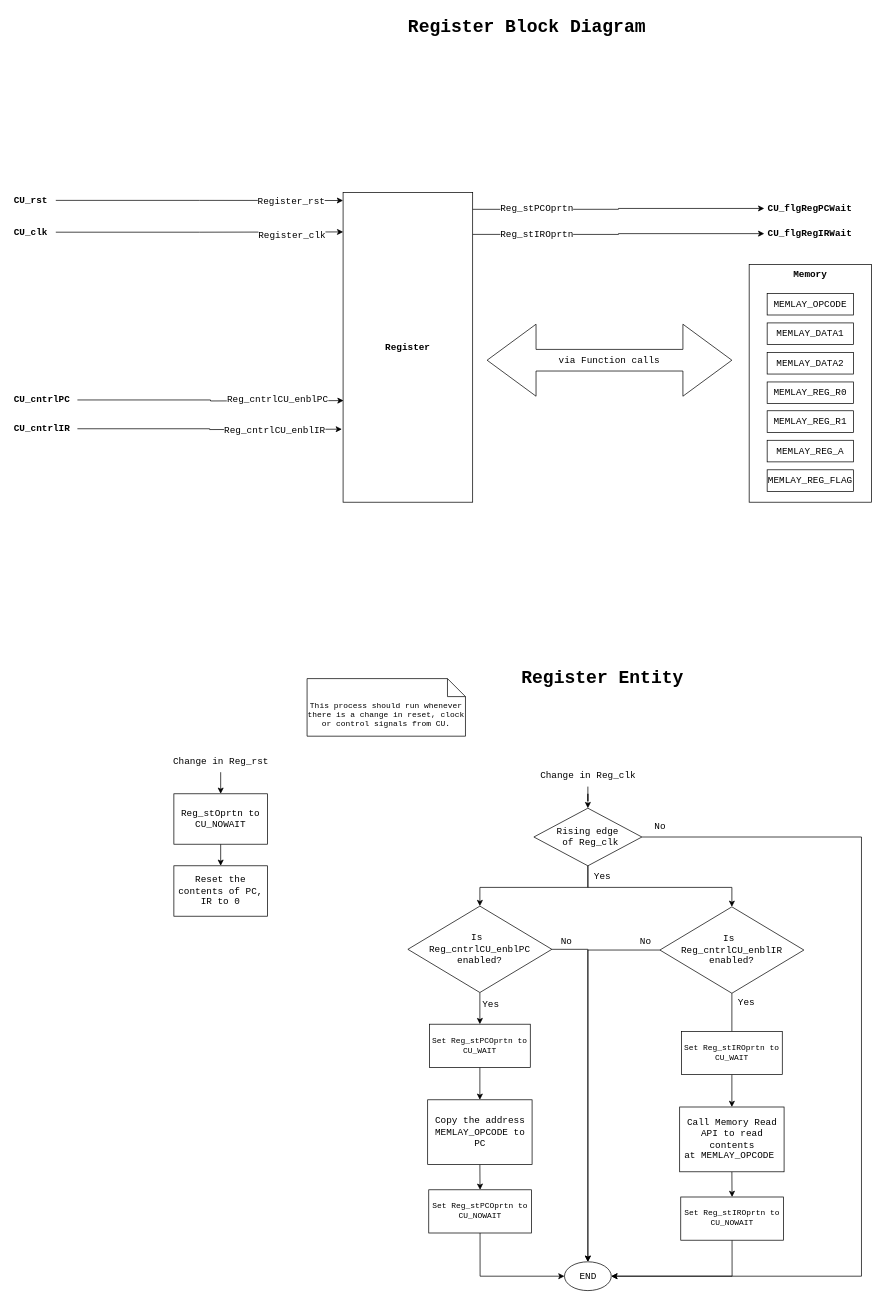
Vichu95/Basic_CPU_FPGA keeps this draw.io diagram as page "Register_BD" (7 of 8) of 04_ControlUnit_v1/CPU_Design.drawio. Above is the earlier version. Source tidied: cells renumbered, new cells numbered last; positions are measured from the earlier drawing's top-left corner, leaving out a move shared by most shapes. Both pictures are drawn from the tidied source at 72%, with x=0, y=0 at pixel (12, 12).
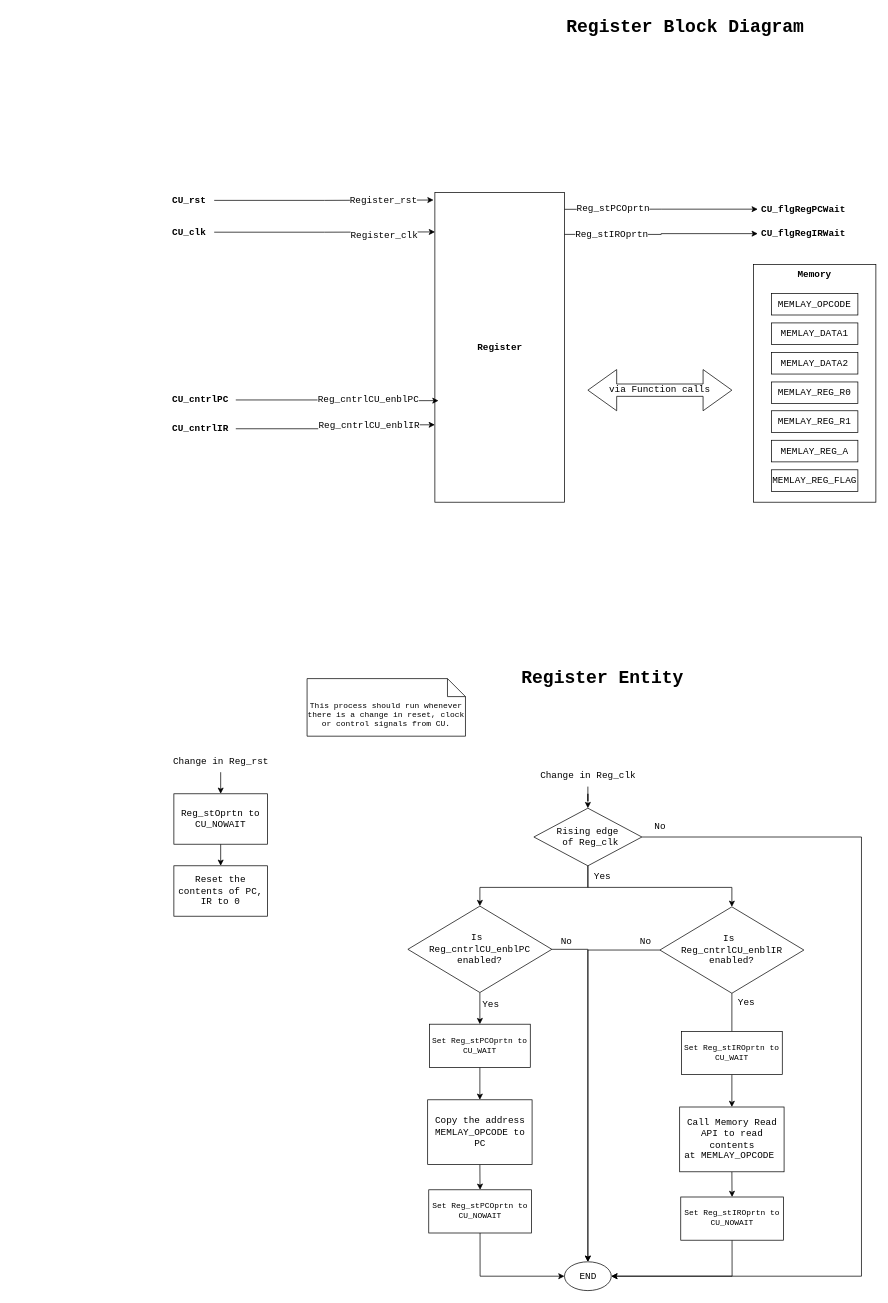
The same diagram, later.

The change refers to these unchanged cells:
```xml
<mxCell id="7" style="edgeStyle=orthogonalEdgeStyle;rounded=0;jettySize=auto;html=1;entryX=0.001;entryY=0.127;entryDx=0;entryDy=0;entryPerimeter=0;fontFamily=Courier New;fontSize=13;fontColor=#000000;" parent="1" edge="1" source="9" target="2">
  <mxGeometry relative="1" as="geometry" />
</mxCell>
<mxCell id="16" style="edgeStyle=orthogonalEdgeStyle;rounded=0;jettySize=auto;html=1;entryX=1.001;entryY=0.054;entryDx=0;entryDy=0;entryPerimeter=0;fontFamily=Courier New;fontSize=13;fontColor=#000000;startArrow=classic;startFill=1;endArrow=none;endFill=0;" parent="1" edge="1" source="18" target="2">
  <mxGeometry relative="1" as="geometry" />
</mxCell>
<mxCell id="19" style="edgeStyle=orthogonalEdgeStyle;rounded=0;jettySize=auto;html=1;entryX=1.001;entryY=0.135;entryDx=0;entryDy=0;entryPerimeter=0;fontFamily=Courier New;fontSize=13;fontColor=#000000;startArrow=classic;startFill=1;endArrow=none;endFill=0;" parent="1" edge="1" source="21" target="2">
  <mxGeometry relative="1" as="geometry" />
</mxCell>
```

Diff of the diagram source:
```diff
@@
     <mxCell id="2" value="&lt;b&gt;&lt;font style=&quot;font-size: 13px;&quot;&gt;Register&lt;/font&gt;&lt;/b&gt;" style="rounded=0;whiteSpace=wrap;html=1;fontFamily=Courier New;fontSize=11;" parent="1" vertex="1">
-      <mxGeometry x="459" y="250" width="180" height="430" as="geometry" />
+      <mxGeometry x="586.5" y="250" width="180" height="430" as="geometry" />
     </mxCell>
     <mxCell id="3" value="&lt;font style=&quot;font-size: 25px;&quot;&gt;&lt;b style=&quot;font-size: 25px;&quot;&gt;Register Block Diagram&lt;/b&gt;&lt;/font&gt;" style="text;html=1;align=center;verticalAlign=middle;strokeColor=none;fillColor=none;fontSize=25;fontFamily=Courier New;" parent="1" vertex="1">
-      <mxGeometry x="539" width="350" height="40" as="geometry" />
+      <mxGeometry x="759" width="350" height="40" as="geometry" />
     </mxCell>
-    <mxCell id="4" style="edgeStyle=orthogonalEdgeStyle;rounded=0;jettySize=auto;html=1;fontFamily=Courier New;fontSize=13;fontColor=#0000FF;" parent="1" edge="1" source="6">
-      <mxGeometry relative="1" as="geometry">
-        <mxPoint x="459" y="261" as="targetPoint" />
-      </mxGeometry>
+    <mxCell id="4" style="edgeStyle=orthogonalEdgeStyle;rounded=0;jettySize=auto;html=1;fontFamily=Courier New;fontSize=13;fontColor=#0000FF;entryX=-0.01;entryY=0.024;entryDx=0;entryDy=0;entryPerimeter=0;" parent="1" edge="1" source="6" target="2">
+      <mxGeometry relative="1" as="geometry" />
     </mxCell>
     <mxCell id="5" value="Register_rst" style="edgeLabel;html=1;align=center;verticalAlign=middle;fontSize=13;fontFamily=Courier New;fontColor=#000000;" parent="4" vertex="1">
       <mxGeometry x="0.68" relative="1" as="geometry">
-        <mxPoint x="-9" as="offset" />
+        <mxPoint x="-21" as="offset" />
       </mxGeometry>
     </mxCell>
     <mxCell id="6" value="CU_rst" style="text;html=1;align=left;verticalAlign=middle;points=[];strokeColor=none;fillColor=none;fontStyle=1;labelBackgroundColor=none;fontColor=#000000;fontSize=13;fontFamily=Courier New;spacing=2;spacingRight=-13;" parent="1" vertex="1">
-      <mxGeometry y="245.8" width="60" height="30" as="geometry" />
+      <mxGeometry x="220" y="245.8" width="60" height="30" as="geometry" />
     </mxCell>
@@
     <mxCell id="8" value="Register_clk" style="edgeLabel;html=1;align=center;verticalAlign=middle;fontSize=13;fontFamily=Courier New;fontColor=#000000;" parent="7" vertex="1">
       <mxGeometry x="0.67" y="-4" relative="1" as="geometry">
-        <mxPoint x="-6" as="offset" />
+        <mxPoint x="-20" as="offset" />
       </mxGeometry>
     </mxCell>
     <mxCell id="9" value="CU_clk" style="text;html=1;align=left;verticalAlign=middle;points=[];strokeColor=none;fillColor=none;fontStyle=1;labelBackgroundColor=none;fontColor=#000000;fontSize=13;fontFamily=Courier New;spacing=2;spacingRight=-13;" parent="1" vertex="1">
-      <mxGeometry y="290" width="60" height="30" as="geometry" />
+      <mxGeometry x="220" y="290" width="60" height="30" as="geometry" />
     </mxCell>
-    <mxCell id="10" style="edgeStyle=orthogonalEdgeStyle;rounded=0;jettySize=auto;html=1;entryX=0.004;entryY=0.457;entryDx=0;entryDy=0;entryPerimeter=0;fontFamily=Courier New;fontSize=13;fontColor=#000000;startArrow=none;startFill=0;endArrow=classic;endFill=1;" parent="1" edge="1" source="12">
-      <mxGeometry relative="1" as="geometry">
-        <mxPoint x="459.7" y="538.9" as="targetPoint" />
-      </mxGeometry>
+    <mxCell id="10" style="edgeStyle=orthogonalEdgeStyle;rounded=0;jettySize=auto;html=1;entryX=0.028;entryY=0.672;entryDx=0;entryDy=0;entryPerimeter=0;fontFamily=Courier New;fontSize=13;fontColor=#000000;startArrow=none;startFill=0;endArrow=classic;endFill=1;" parent="1" edge="1" source="12" target="2">
+      <mxGeometry relative="1" as="geometry" />
     </mxCell>
     <mxCell id="11" value="Reg_cntrlCU_enblPC" style="edgeLabel;html=1;align=center;verticalAlign=middle;fontSize=13;fontFamily=Courier New;fontColor=#000000;" parent="10" vertex="1">
       <mxGeometry x="0.46" y="2" relative="1" as="geometry">
-        <mxPoint x="8" as="offset" />
+        <mxPoint x="-21" as="offset" />
       </mxGeometry>
     </mxCell>
     <mxCell id="12" value="CU_cntrlPC" style="text;html=1;align=left;verticalAlign=middle;points=[];strokeColor=none;fillColor=none;fontStyle=1;labelBackgroundColor=none;fontColor=#000000;fontSize=13;fontFamily=Courier New;spacing=2;spacingRight=-13;" parent="1" vertex="1">
-      <mxGeometry y="523" width="90" height="30" as="geometry" />
+      <mxGeometry x="220" y="523" width="90" height="30" as="geometry" />
     </mxCell>
-    <mxCell id="13" style="edgeStyle=orthogonalEdgeStyle;rounded=0;jettySize=auto;html=1;entryX=-0.009;entryY=0.52;entryDx=0;entryDy=0;entryPerimeter=0;fontFamily=Courier New;fontSize=13;fontColor=#000000;startArrow=none;startFill=0;endArrow=classic;endFill=1;" parent="1" edge="1" source="15">
-      <mxGeometry relative="1" as="geometry">
-        <mxPoint x="457.4" y="578.6" as="targetPoint" />
-      </mxGeometry>
+    <mxCell id="13" style="edgeStyle=orthogonalEdgeStyle;rounded=0;jettySize=auto;html=1;entryX=0;entryY=0.75;entryDx=0;entryDy=0;fontFamily=Courier New;fontSize=13;fontColor=#000000;startArrow=none;startFill=0;endArrow=classic;endFill=1;" parent="1" edge="1" source="15" target="2">
+      <mxGeometry relative="1" as="geometry" />
     </mxCell>
     <mxCell id="14" value="Reg_cntrlCU_enblIR" style="edgeLabel;html=1;align=center;verticalAlign=middle;fontSize=13;fontFamily=Courier New;fontColor=#000000;" parent="13" vertex="1">
       <mxGeometry x="0.56" y="-1" relative="1" as="geometry">
-        <mxPoint x="-12" as="offset" />
+        <mxPoint x="-30" as="offset" />
       </mxGeometry>
     </mxCell>
     <mxCell id="15" value="CU_cntrlIR" style="text;html=1;align=left;verticalAlign=middle;points=[];strokeColor=none;fillColor=none;fontStyle=1;labelBackgroundColor=none;fontColor=#000000;fontSize=13;fontFamily=Courier New;spacing=2;spacingRight=-13;" parent="1" vertex="1">
-      <mxGeometry y="563" width="90" height="30" as="geometry" />
+      <mxGeometry x="220" y="563" width="90" height="30" as="geometry" />
     </mxCell>
@@
     <mxCell id="17" value="Reg_stPCOprtn" style="edgeLabel;html=1;align=center;verticalAlign=middle;fontSize=13;fontFamily=Courier New;fontColor=#000000;" parent="16" vertex="1">
       <mxGeometry x="0.76" y="-2" relative="1" as="geometry">
-        <mxPoint x="39" as="offset" />
+        <mxPoint x="34" as="offset" />
       </mxGeometry>
     </mxCell>
     <mxCell id="18" value="CU_flgRegPCWait" style="text;html=1;align=left;verticalAlign=middle;points=[];strokeColor=none;fillColor=none;fontStyle=1;labelBackgroundColor=none;fontColor=#000000;fontSize=13;fontFamily=Courier New;spacingLeft=3;" parent="1" vertex="1">
-      <mxGeometry x="1044" y="257" width="140" height="30" as="geometry" />
+      <mxGeometry x="1035" y="258" width="140" height="30" as="geometry" />
     </mxCell>
@@
     <mxCell id="20" value="Reg_stIROprtn" style="edgeLabel;html=1;align=center;verticalAlign=middle;fontSize=13;fontFamily=Courier New;fontColor=#000000;" parent="19" vertex="1">
       <mxGeometry x="0.61" y="-1" relative="1" as="geometry">
-        <mxPoint x="9" as="offset" />
+        <mxPoint x="12" as="offset" />
       </mxGeometry>
     </mxCell>
     <mxCell id="21" value="CU_flgRegIRWait" style="text;html=1;align=left;verticalAlign=middle;points=[];strokeColor=none;fillColor=none;fontStyle=1;labelBackgroundColor=none;fontColor=#000000;fontSize=13;fontFamily=Courier New;spacingLeft=3;" parent="1" vertex="1">
-      <mxGeometry x="1044" y="292" width="140" height="30" as="geometry" />
+      <mxGeometry x="1035" y="292" width="140" height="30" as="geometry" />
     </mxCell>
     <mxCell id="22" style="group;" parent="1" vertex="1">
-      <mxGeometry x="1023" y="350" width="170" height="330" as="geometry" />
+      <mxGeometry x="1029" y="350" width="170" height="330" as="geometry" />
     </mxCell>
@@
     <mxCell id="31" value="via Function calls" style="shape=doubleArrow;whiteSpace=wrap;html=1;labelBackgroundColor=none;fontFamily=Courier New;fontSize=13;fontColor=#000000;rotation=0;" parent="1" vertex="1">
-      <mxGeometry x="659" y="432.8" width="340" height="100" as="geometry" />
+      <mxGeometry x="799" y="495.8" width="200" height="57.2" as="geometry" />
     </mxCell>
```
